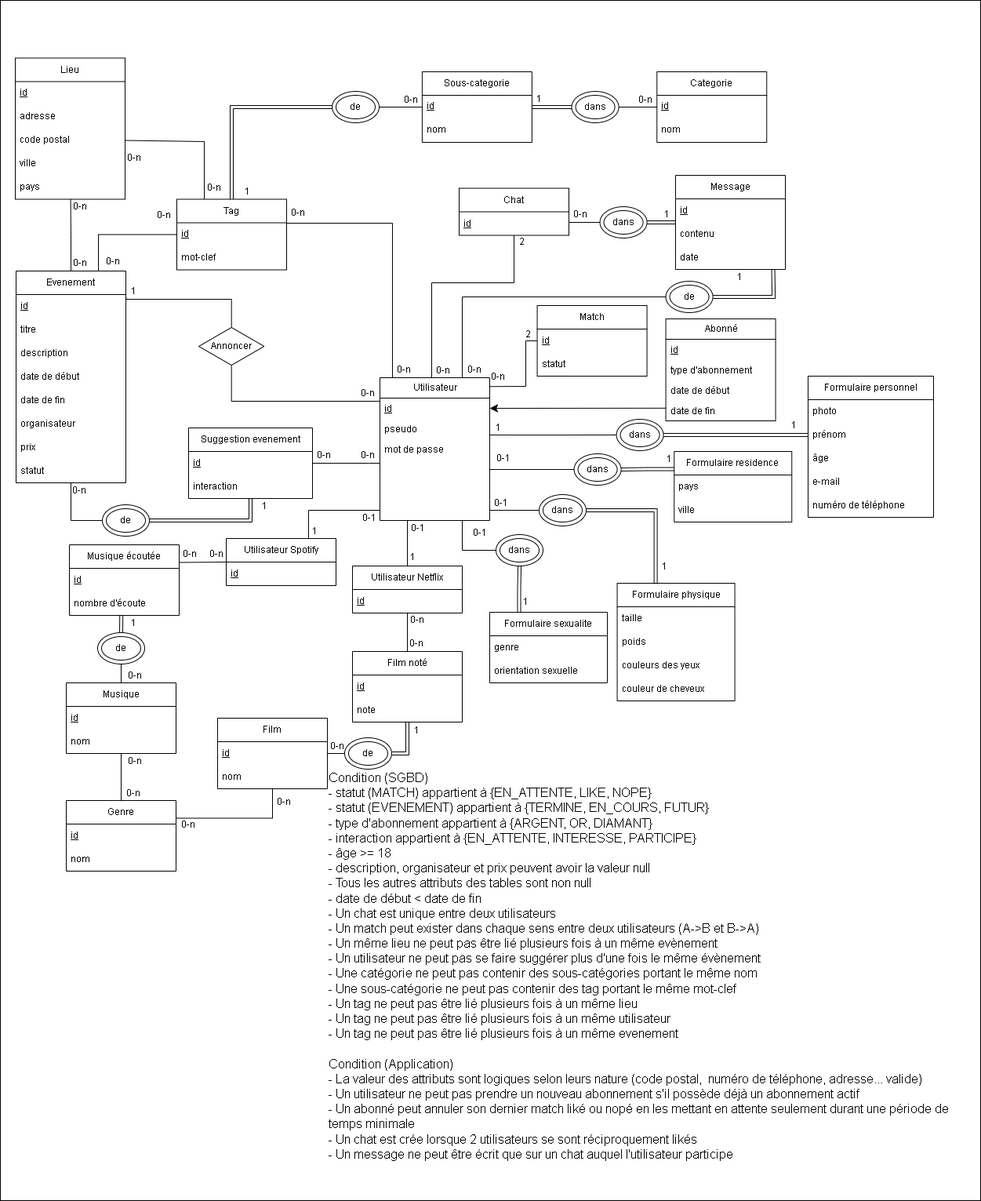
This is ER.png from SuyuKuka/Le-Big-Match-Big-Brother-Is-Matching-You, a draw.io export, as it was before one commit. Source tidied: cells renumbered, new cells last; positions are measured from the earlier drawing's top-left corner, leaving out a move shared by most shapes.
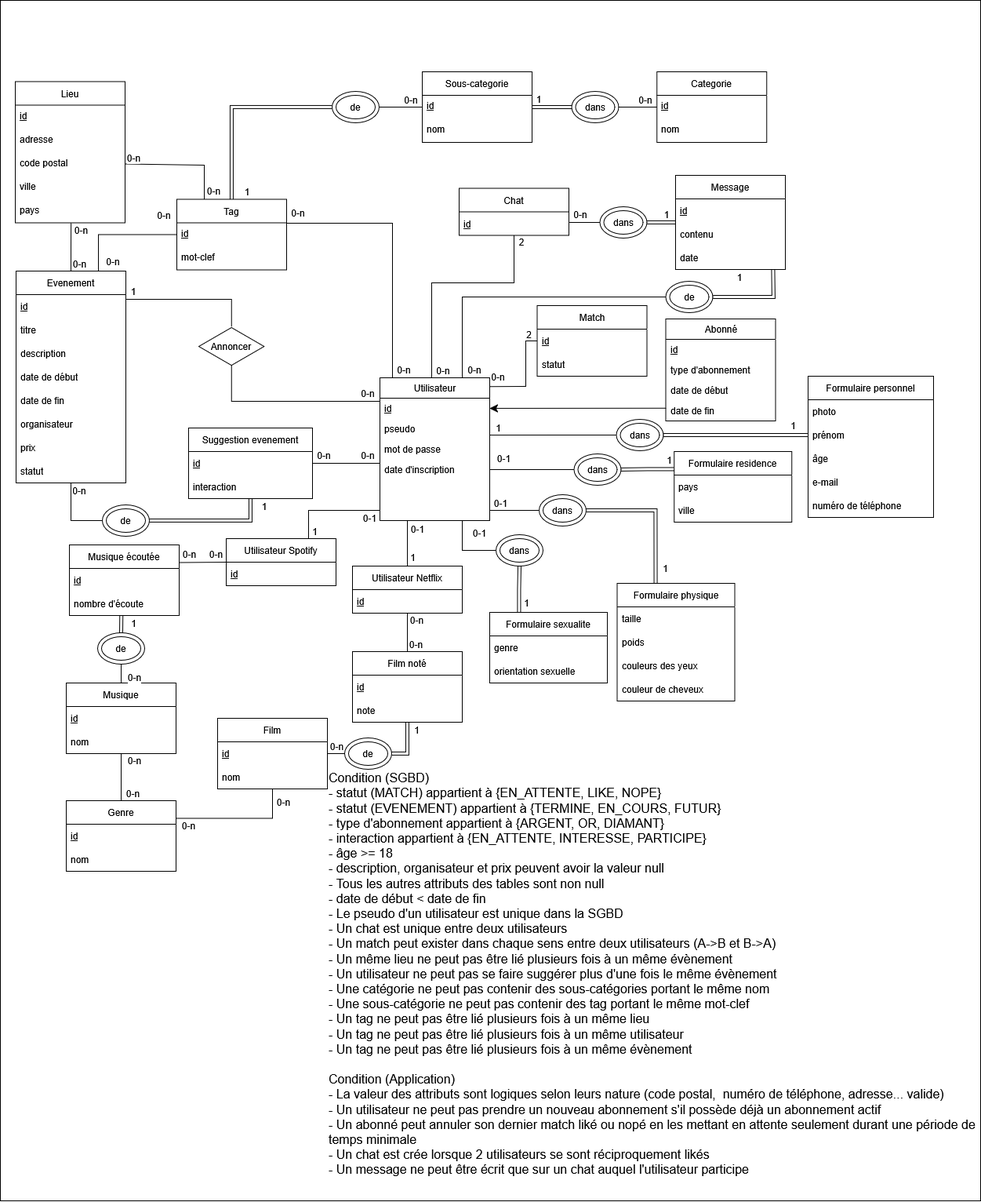
The same diagram one commit later.

Commit message:
+ date d'inscription et update er relationnel

What changed in the source:
```diff
@@ -17,7 +17,7 @@
     <mxCell id="6" value="mot de passe" style="text;strokeColor=none;fillColor=none;align=left;verticalAlign=top;spacingLeft=4;spacingRight=4;overflow=hidden;whiteSpace=wrap;html=1;" parent="3" vertex="1">
       <mxGeometry y="78" width="140" height="26" as="geometry" />
     </mxCell>
-    <mxCell id="7" value="&amp;nbsp;" style="text;strokeColor=none;fillColor=none;align=left;verticalAlign=top;spacingLeft=4;spacingRight=4;overflow=hidden;points=[[0,0.5],[1,0.5]];portConstraint=eastwest;whiteSpace=wrap;html=1;" parent="3" vertex="1">
+    <mxCell id="7" value="&lt;div&gt;date d'inscription&lt;/div&gt;&lt;div&gt;&lt;br&gt;&lt;/div&gt;" style="text;strokeColor=none;fillColor=none;align=left;verticalAlign=top;spacingLeft=4;spacingRight=4;overflow=hidden;points=[[0,0.5],[1,0.5]];portConstraint=eastwest;whiteSpace=wrap;html=1;" parent="3" vertex="1">
       <mxGeometry y="104" width="140" height="26" as="geometry" />
     </mxCell>
     <mxCell id="8" style="text;strokeColor=none;fillColor=none;align=left;verticalAlign=top;spacingLeft=4;spacingRight=4;overflow=hidden;whiteSpace=wrap;html=1;" parent="3" vertex="1">
@@ -132,7 +132,7 @@
       <mxGeometry y="60" width="140" height="30" as="geometry" />
     </mxCell>
     <mxCell id="45" value="Lieu" style="swimlane;fontStyle=0;horizontal=1;startSize=30;whiteSpace=wrap;html=1;" parent="1" vertex="1">
-      <mxGeometry x="19" y="73.5" width="140" height="180" as="geometry" />
+      <mxGeometry x="19" y="103.5" width="140" height="180" as="geometry" />
     </mxCell>
     <mxCell id="46" value="&lt;u&gt;id&lt;/u&gt;" style="text;strokeColor=none;fillColor=none;align=left;verticalAlign=top;spacingLeft=4;spacingRight=4;overflow=hidden;whiteSpace=wrap;html=1;" parent="45" vertex="1">
       <mxGeometry y="30" width="140" height="30" as="geometry" />
@@ -143,12 +143,12 @@
     <mxCell id="48" value="code postal" style="text;strokeColor=none;fillColor=none;align=left;verticalAlign=top;spacingLeft=4;spacingRight=4;overflow=hidden;points=[[0,0.5],[1,0.5]];portConstraint=eastwest;whiteSpace=wrap;html=1;" parent="45" vertex="1">
       <mxGeometry y="90" width="140" height="30" as="geometry" />
     </mxCell>
-    <mxCell id="49" value="ville" style="text;strokeColor=none;fillColor=none;align=left;verticalAlign=top;spacingLeft=4;spacingRight=4;overflow=hidden;whiteSpace=wrap;html=1;" parent="45" vertex="1">
-      <mxGeometry y="120" width="140" height="30" as="geometry" />
-    </mxCell>
-    <mxCell id="50" value="pays" style="text;strokeColor=none;fillColor=none;align=left;verticalAlign=top;spacingLeft=4;spacingRight=4;overflow=hidden;points=[[0,0.5],[1,0.5]];portConstraint=eastwest;whiteSpace=wrap;html=1;" parent="45" vertex="1">
-      <mxGeometry y="150" width="140" height="30" as="geometry" />
+    <mxCell id="50" value="ville" style="text;strokeColor=none;fillColor=none;align=left;verticalAlign=top;spacingLeft=4;spacingRight=4;overflow=hidden;points=[[0,0.5],[1,0.5]];portConstraint=eastwest;whiteSpace=wrap;html=1;" parent="45" vertex="1">
+      <mxGeometry y="120" width="140" height="30" as="geometry" />
     </mxCell>
+    <mxCell id="199" value="pays" style="text;strokeColor=none;fillColor=none;align=left;verticalAlign=top;spacingLeft=4;spacingRight=4;overflow=hidden;points=[[0,0.5],[1,0.5]];portConstraint=eastwest;whiteSpace=wrap;html=1;" parent="45" vertex="1">
+      <mxGeometry y="150" width="140" height="30" as="geometry" />
+    </mxCell>
     <mxCell id="51" value="Sous-categorie" style="swimlane;fontStyle=0;horizontal=1;startSize=30;whiteSpace=wrap;html=1;" parent="1" vertex="1">
       <mxGeometry x="537.9" y="91" width="140" height="90" as="geometry" />
     </mxCell>
@@ -440,7 +440,7 @@
     <mxCell id="131" style="edgeStyle=none;curved=1;rounded=0;orthogonalLoop=1;jettySize=auto;html=1;exitX=0.5;exitY=0;exitDx=0;exitDy=0;fontSize=12;startSize=8;endSize=8;" parent="1" edge="1" source="21" target="21">
       <mxGeometry relative="1" as="geometry" />
     </mxCell>
-    <mxCell id="132" style="endArrow=none;html=1;rounded=0;fontSize=12;startSize=8;endSize=8;exitX=0.5;exitY=0;exitDx=0;exitDy=0;edgeStyle=orthogonalEdgeStyle;entryX=0.504;entryY=0.998;entryDx=0;entryDy=0;entryPerimeter=0;" parent="1" edge="1" source="33" target="50">
+    <mxCell id="132" style="endArrow=none;html=1;rounded=0;fontSize=12;startSize=8;endSize=8;exitX=0.5;exitY=0;exitDx=0;exitDy=0;edgeStyle=orthogonalEdgeStyle;entryX=0.508;entryY=1.01;entryDx=0;entryDy=0;entryPerimeter=0;" parent="1" edge="1" source="33" target="199">
       <mxGeometry relative="1" as="geometry" />
     </mxCell>
     <mxCell id="133" style="edgeStyle=orthogonalEdgeStyle;rounded=0;jettySize=auto;html=1;endArrow=none;startFill=0;shape=link;exitX=0;exitY=0.5;exitDx=0;exitDy=0;entryX=0.5;entryY=0;entryDx=0;entryDy=0;" parent="1" edge="1" source="101" target="42">
@@ -449,7 +449,7 @@
     <mxCell id="134" style="endArrow=none;html=1;rounded=0;fontSize=12;startSize=8;endSize=8;curved=0;exitX=0.25;exitY=0;exitDx=0;exitDy=0;entryX=1;entryY=0.5;entryDx=0;entryDy=0;" parent="1" edge="1" source="42" target="48">
       <mxGeometry relative="1" as="geometry">
         <Array as="points">
-          <mxPoint x="260" y="180" />
+          <mxPoint x="260" y="210" />
         </Array>
       </mxGeometry>
     </mxCell>
@@ -519,7 +519,7 @@
       <mxGeometry x="169" y="200" as="geometry" />
     </mxCell>
     <mxCell id="154" value="0-n" style="edgeLabel;html=1;align=center;verticalAlign=middle;fontSize=12;" parent="1" vertex="1">
-      <mxGeometry x="100" y="262" as="geometry" />
+      <mxGeometry x="102" y="292" as="geometry" />
     </mxCell>
     <mxCell id="155" value="0-n" style="edgeLabel;html=1;align=center;verticalAlign=middle;fontSize=12;" parent="1" vertex="1">
       <mxGeometry x="100" y="334.5" as="geometry" />
@@ -676,7 +676,7 @@
         <mxPoint x="14" y="3" as="offset" />
       </mxGeometry>
     </mxCell>
-    <mxCell id="198" value="&lt;font style=&quot;font-size: 16px;&quot;&gt;Condition (SGBD)&lt;br&gt;- statut (MATCH) appartient à {EN_ATTENTE, LIKE, NOPE}&lt;br&gt;- statut (EVENEMENT) appartient à {TERMINE, EN_COURS, FUTUR}&lt;br&gt;- type d'abonnement appartient à {ARGENT, OR, DIAMANT}&lt;br&gt;- interaction appartient à {EN_ATTENTE, INTERESSE, PARTICIPE}&lt;br&gt;- âge &amp;gt;= 18&lt;br&gt;- description, organisateur et prix peuvent avoir la valeur null&lt;br&gt;- Tous les autres attributs des tables sont non null&lt;br&gt;- date de début &amp;lt; date de fin&lt;br&gt;- Un chat est unique entre deux utilisateurs&lt;br&gt;- Un match peut exister dans chaque sens entre deux utilisateurs (A-&amp;gt;B et B-&amp;gt;A)&lt;br&gt;- Un même lieu ne peut pas être lié plusieurs fois à un même evènement&lt;br&gt;- Un utilisateur ne peut pas se faire suggérer plus d'une fois le même évènement&lt;br&gt;- Une catégorie ne peut pas contenir des sous-catégories portant le même nom&lt;br&gt;- Une sous-catégorie ne peut pas contenir des tag portant le même mot-clef&lt;br&gt;- Un tag ne peut pas être lié plusieurs fois à un même lieu&lt;br&gt;- Un tag ne peut pas être lié plusieurs fois à un même utilisateur&lt;br&gt;- Un tag ne peut pas être lié plusieurs fois à un même evenement&lt;br&gt;&lt;br&gt;&lt;font&gt;Condition (Application)&lt;br&gt;- La valeur des attributs sont logiques selon leurs nature (code postal,&amp;nbsp; numéro de téléphone, adresse... valide)&lt;br&gt;- Un utilisateur ne peut pas prendre un nouveau abonnement s'il possède déjà un abonnement actif&lt;br&gt;- Un abonné peut annuler son dernier match liké ou nopé en les mettant en attente seulement durant une période de temps minimale&lt;br&gt;- Un chat est crée lorsque 2 utilisateurs se sont réciproquement likés&lt;br&gt;- Un message ne peut être écrit que sur un chat auquel l'utilisateur participe&lt;/font&gt;&lt;/font&gt;" style="text;html=1;align=left;verticalAlign=top;whiteSpace=wrap;rounded=0;" parent="1" vertex="1">
+    <mxCell id="198" value="&lt;font style=&quot;font-size: 16px;&quot;&gt;Condition (SGBD)&lt;br&gt;- statut (MATCH) appartient à {EN_ATTENTE, LIKE, NOPE}&lt;br&gt;- statut (EVENEMENT) appartient à {TERMINE, EN_COURS, FUTUR}&lt;br&gt;- type d'abonnement appartient à {ARGENT, OR, DIAMANT}&lt;br&gt;- interaction appartient à {EN_ATTENTE, INTERESSE, PARTICIPE}&lt;br&gt;- âge &amp;gt;= 18&lt;br&gt;- description, organisateur et prix peuvent avoir la valeur null&lt;br&gt;- Tous les autres attributs des tables sont non null&lt;br&gt;&lt;/font&gt;&lt;div&gt;&lt;font style=&quot;font-size: 16px;&quot;&gt;- date de début &amp;lt; date de fin&lt;/font&gt;&lt;/div&gt;&lt;div&gt;&lt;font style=&quot;font-size: 16px;&quot;&gt;- Le pseudo d'un utilisateur est unique dans la SGBD&lt;/font&gt;&lt;/div&gt;&lt;font style=&quot;font-size: 16px;&quot;&gt;- Un chat est unique entre deux utilisateurs&lt;br&gt;- Un match peut exister dans chaque sens entre deux utilisateurs (A-&amp;gt;B et B-&amp;gt;A)&lt;br&gt;- Un même lieu ne peut pas être lié plusieurs fois à un même évènement&lt;br&gt;- Un utilisateur ne peut pas se faire suggérer plus d'une fois le même évènement&lt;br&gt;- Une catégorie ne peut pas contenir des sous-catégories portant le même nom&lt;br&gt;- Une sous-catégorie ne peut pas contenir des tag portant le même mot-clef&lt;br&gt;- Un tag ne peut pas être lié plusieurs fois à un même lieu&lt;br&gt;- Un tag ne peut pas être lié plusieurs fois à un même utilisateur&lt;br&gt;- Un tag ne peut pas être lié plusieurs fois à un même évènement&lt;br&gt;&lt;br&gt;&lt;font&gt;Condition (Application)&lt;br&gt;- La valeur des attributs sont logiques selon leurs nature (code postal,&amp;nbsp; numéro de téléphone, adresse... valide)&lt;br&gt;- Un utilisateur ne peut pas prendre un nouveau abonnement s'il possède déjà un abonnement actif&lt;br&gt;- Un abonné peut annuler son dernier match liké ou nopé en les mettant en attente seulement durant une période de temps minimale&lt;br&gt;- Un chat est crée lorsque 2 utilisateurs se sont réciproquement likés&lt;br&gt;- Un message ne peut être écrit que sur un chat auquel l'utilisateur participe&lt;/font&gt;&lt;/font&gt;" style="text;html=1;align=left;verticalAlign=top;whiteSpace=wrap;rounded=0;" parent="1" vertex="1">
       <mxGeometry x="417" y="975" width="833" height="535" as="geometry" />
     </mxCell>
   </root>
```
